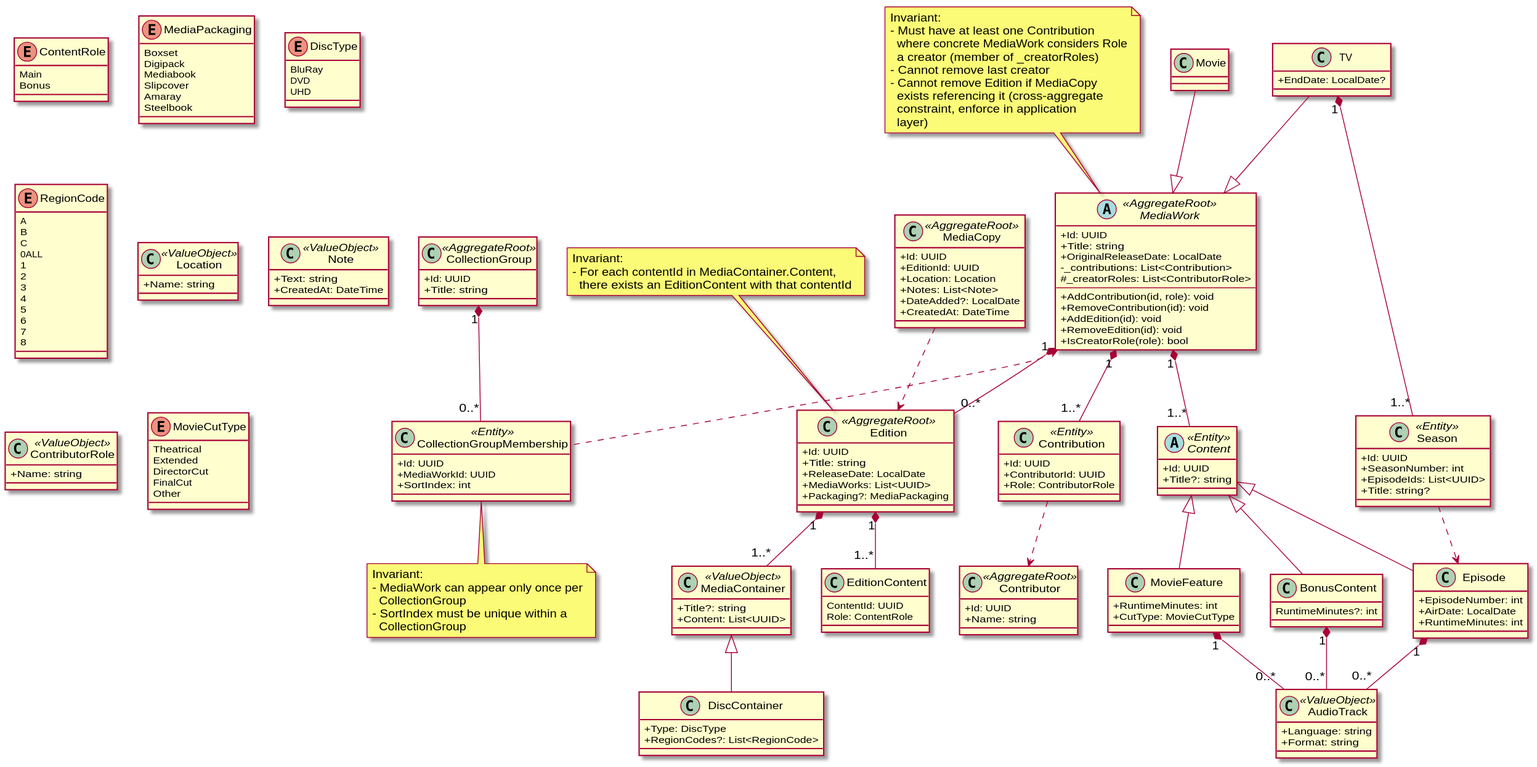
yantue/colleq keeps this PlantUML diagram as docs/diagrams/domain/domain-all.svg. Above is the earlier version.
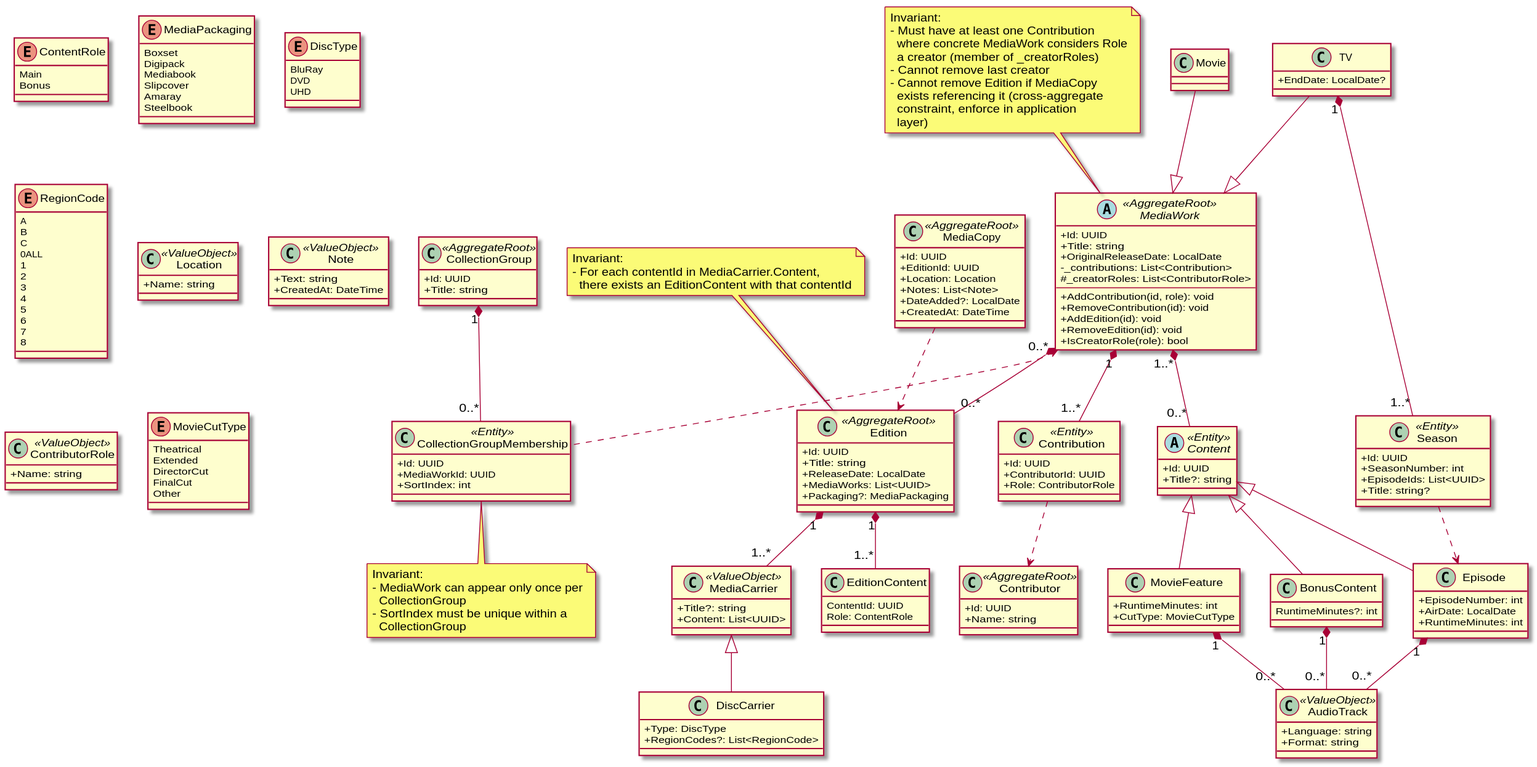
The same diagram one commit later.

The edit, as a diff of the source:
```diff
@@ -43,7 +43,7 @@
 
 note top of Edition
 Invariant:
-- For each contentId in MediaContainer.Content,
+- For each contentId in MediaCarrier.Content,
   there exists an EditionContent with that contentId
 end note
 
@@ -59,19 +59,19 @@
     Bonus
 }
 
-class MediaContainer <<ValueObject>> {
+class MediaCarrier <<ValueObject>> {
     +Title?: string
     +Content: List<UUID>
 }
 
-Edition "1" *-- "1..*" MediaContainer
+Edition "1" *-- "1..*" MediaCarrier
 
-class DiscContainer {
+class DiscCarrier {
     +Type: DiscType
     +RegionCodes?: List<RegionCode>
 }
 
-MediaContainer <|-- DiscContainer
+MediaCarrier <|-- DiscCarrier
 
 enum MediaPackaging {
     Boxset
@@ -156,7 +156,7 @@
     +Title?: string
 }
 
-MediaWork "1" *-- "1..*" Content
+MediaWork "1..*" *-- "0..*" Content
 
 class BonusContent {
     RuntimeMinutes?: int
@@ -235,6 +235,6 @@
 
 MediaCopy ..> Edition
 
-MediaWork "1" *-- "0..*" Edition
+MediaWork "0..*" *-- "0..*" Edition
 
 @enduml
```
